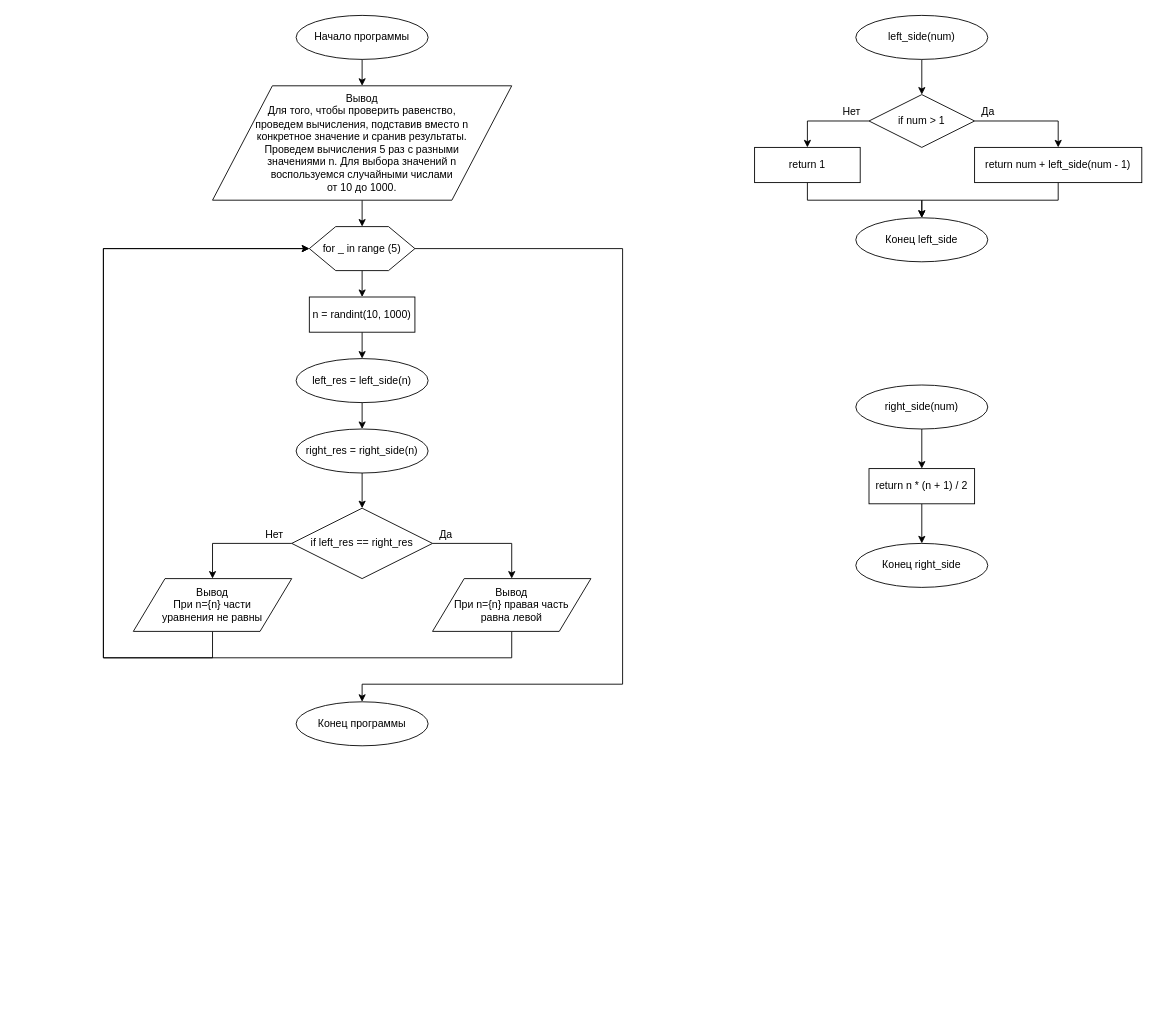
The draw.io diagram page "homework_2.7" (7 of 9) of lesson_2/lesson_2.drawio in MaximJoinedGit/-Algorithms-and-data-structures-on-Python, before the edit. Source tidied: cells renumbered, new cells numbered last; positions are measured from the earlier drawing's top-left corner, leaving out a move shared by most shapes. Both pictures are drawn from the tidied source at 88%, with x=0, y=0 at pixel (103, 15).
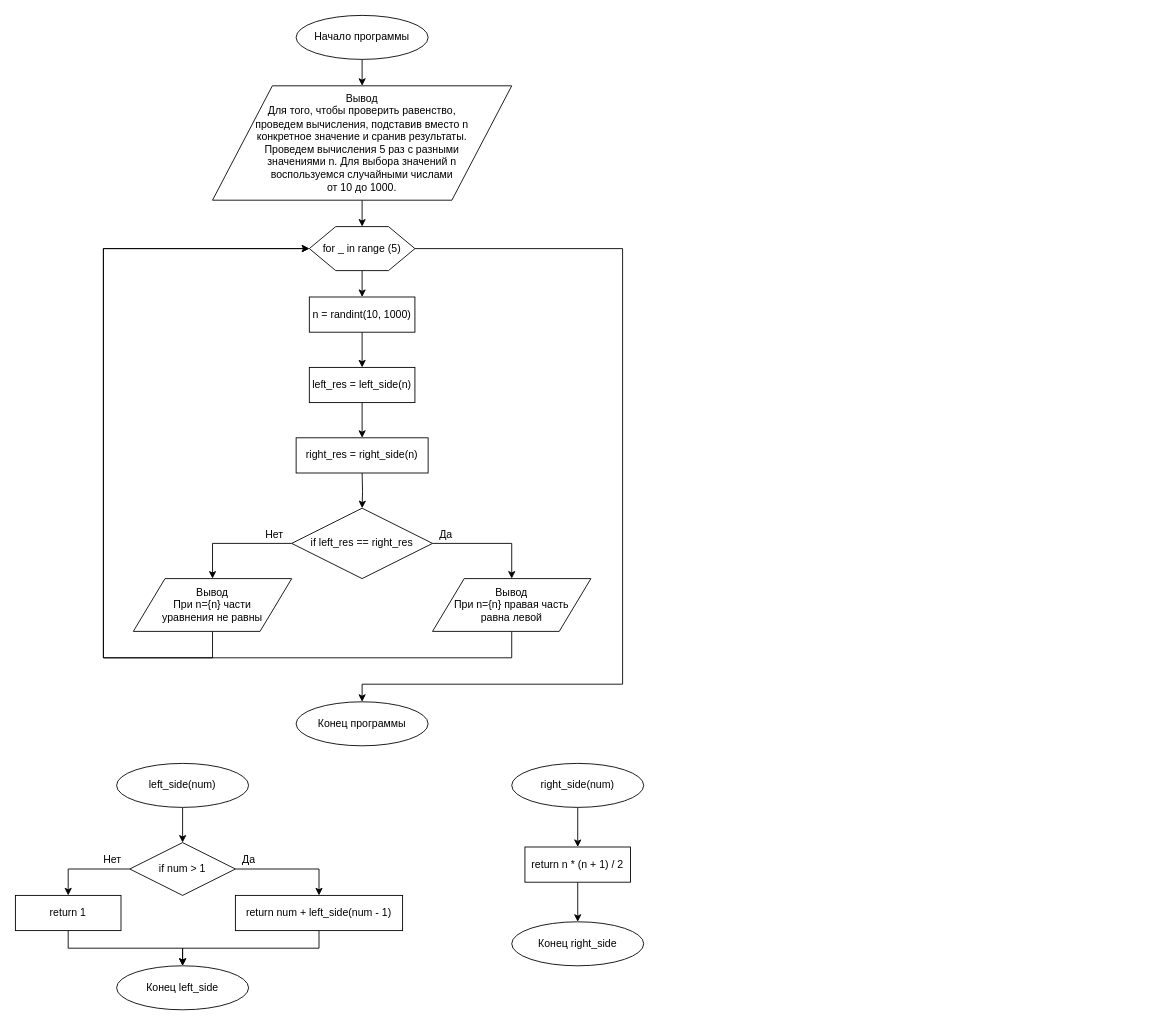
The same diagram, later.

The change refers to these unchanged cells:
```xml
<mxCell id="17" value="&lt;span&gt;if left_res == right_res&lt;/span&gt;" style="rhombus;whiteSpace=wrap;html=1;" parent="1" vertex="1">
  <mxGeometry x="214" y="560" width="160" height="80" as="geometry" />
</mxCell>
```

The edit, as a diff of the source:
```diff
@@
-    <mxCell id="11" style="edgeStyle=orthogonalEdgeStyle;rounded=0;jettySize=auto;html=1;exitX=0.5;exitY=1;exitDx=0;exitDy=0;entryX=0.5;entryY=0;entryDx=0;entryDy=0;" parent="1" edge="1" source="12" target="14">
-      <mxGeometry relative="1" as="geometry" />
-    </mxCell>
-    <mxCell id="12" value="left_res = left_side(n)" style="ellipse;whiteSpace=wrap;html=1;" parent="1" vertex="1">
-      <mxGeometry x="219" y="390" width="150" height="50" as="geometry" />
-    </mxCell>
-    <mxCell id="13" style="edgeStyle=orthogonalEdgeStyle;rounded=0;jettySize=auto;html=1;exitX=0.5;exitY=1;exitDx=0;exitDy=0;entryX=0.5;entryY=0;entryDx=0;entryDy=0;" parent="1" edge="1" source="14" target="17">
-      <mxGeometry relative="1" as="geometry" />
+    <mxCell id="13" style="edgeStyle=orthogonalEdgeStyle;rounded=0;jettySize=auto;html=1;exitX=0.5;exitY=1;exitDx=0;exitDy=0;entryX=0.5;entryY=0;entryDx=0;entryDy=0;" parent="1" edge="1" target="17">
+      <mxGeometry relative="1" as="geometry">
+        <mxPoint x="294" y="520" as="sourcePoint" />
+      </mxGeometry>
     </mxCell>
-    <mxCell id="14" value="right_res = right_side(n)" style="ellipse;whiteSpace=wrap;html=1;" parent="1" vertex="1">
-      <mxGeometry x="219" y="470" width="150" height="50" as="geometry" />
-    </mxCell>
@@
     <mxCell id="26" value="left_side(num)" style="ellipse;whiteSpace=wrap;html=1;" parent="1" vertex="1">
-      <mxGeometry x="855" width="150" height="50" as="geometry" />
+      <mxGeometry x="15" y="850" width="150" height="50" as="geometry" />
     </mxCell>
@@
     <mxCell id="29" value="if num &amp;gt; 1" style="rhombus;whiteSpace=wrap;html=1;" parent="1" vertex="1">
-      <mxGeometry x="870" y="90" width="120" height="60" as="geometry" />
+      <mxGeometry x="30" y="940" width="120" height="60" as="geometry" />
     </mxCell>
     <mxCell id="30" value="Да" style="text;html=1;align=center;verticalAlign=middle;" parent="1" vertex="1">
-      <mxGeometry x="990" y="100" width="30" height="20" as="geometry" />
+      <mxGeometry x="150" y="950" width="30" height="20" as="geometry" />
     </mxCell>
     <mxCell id="31" value="Нет" style="text;html=1;align=center;verticalAlign=middle;" parent="1" vertex="1">
-      <mxGeometry x="830" y="100" width="40" height="20" as="geometry" />
+      <mxGeometry x="-10" y="950" width="40" height="20" as="geometry" />
     </mxCell>
@@
     <mxCell id="33" value="return 1" style="rounded=0;whiteSpace=wrap;html=1;" parent="1" vertex="1">
-      <mxGeometry x="740" y="150" width="120" height="40" as="geometry" />
+      <mxGeometry x="-100" y="1000" width="120" height="40" as="geometry" />
     </mxCell>
@@
     <mxCell id="35" value="return num + left_side(num - 1)" style="rounded=0;whiteSpace=wrap;html=1;" parent="1" vertex="1">
-      <mxGeometry x="990" y="150" width="190" height="40" as="geometry" />
+      <mxGeometry x="150" y="1000" width="190" height="40" as="geometry" />
     </mxCell>
     <mxCell id="36" value="Конец left_side" style="ellipse;whiteSpace=wrap;html=1;" parent="1" vertex="1">
-      <mxGeometry x="855" y="230" width="150" height="50" as="geometry" />
+      <mxGeometry x="15" y="1080" width="150" height="50" as="geometry" />
     </mxCell>
@@
     <mxCell id="38" value="right_side(num)" style="ellipse;whiteSpace=wrap;html=1;" parent="1" vertex="1">
-      <mxGeometry x="855" y="420" width="150" height="50" as="geometry" />
+      <mxGeometry x="464" y="850" width="150" height="50" as="geometry" />
     </mxCell>
     <mxCell id="39" value="Конец right_side" style="ellipse;whiteSpace=wrap;html=1;" parent="1" vertex="1">
-      <mxGeometry x="855" y="600" width="150" height="50" as="geometry" />
+      <mxGeometry x="464" y="1030" width="150" height="50" as="geometry" />
     </mxCell>
@@
     <mxCell id="41" value="return n * (n + 1) / 2" style="rounded=0;whiteSpace=wrap;html=1;" parent="1" vertex="1">
-      <mxGeometry x="870" y="515" width="120" height="40" as="geometry" />
+      <mxGeometry x="479" y="945" width="120" height="40" as="geometry" />
     </mxCell>
+    <mxCell id="11" style="edgeStyle=orthogonalEdgeStyle;rounded=0;jettySize=auto;html=1;exitX=0.5;exitY=1;exitDx=0;exitDy=0;entryX=0.5;entryY=0;entryDx=0;entryDy=0;" parent="1" edge="1" source="12" target="14">
+      <mxGeometry relative="1" as="geometry" />
+    </mxCell>
+    <mxCell id="12" value="left_res = left_side(n)" style="rounded=0;whiteSpace=wrap;html=1;" parent="1" vertex="1">
+      <mxGeometry x="234" y="400" width="120" height="40" as="geometry" />
+    </mxCell>
+    <mxCell id="14" value="right_res = right_side(n)" style="rounded=0;whiteSpace=wrap;html=1;" parent="1" vertex="1">
+      <mxGeometry x="219" y="480" width="150" height="40" as="geometry" />
+    </mxCell>
```
